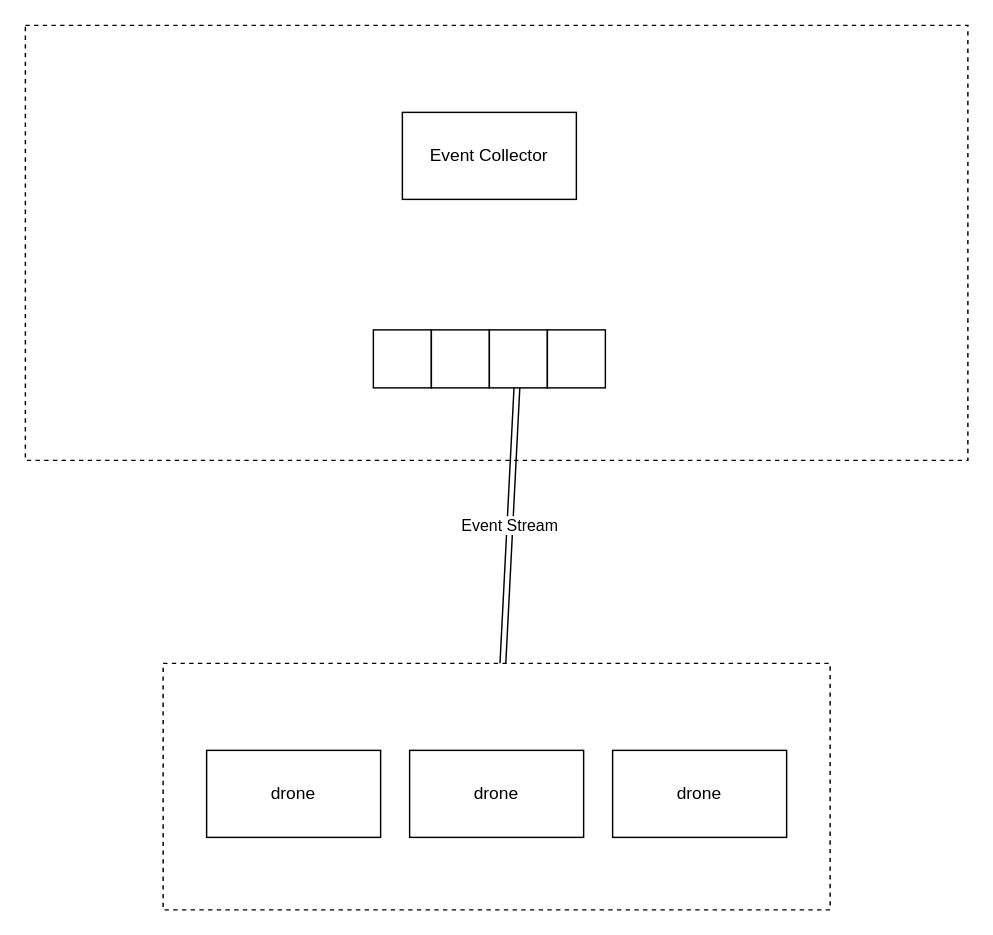
This is page "architecture" (1 of 2) of docs/architecture.drawio from olah0la/drone-delivery, a draw.io file, before an edit. Source tidied: cells renumbered, new cells numbered last; positions are measured from the earlier drawing's top-left corner, leaving out a move shared by most shapes. Both pictures are drawn from the tidied source at 145%, with x=0, y=0 at pixel (25, 25).
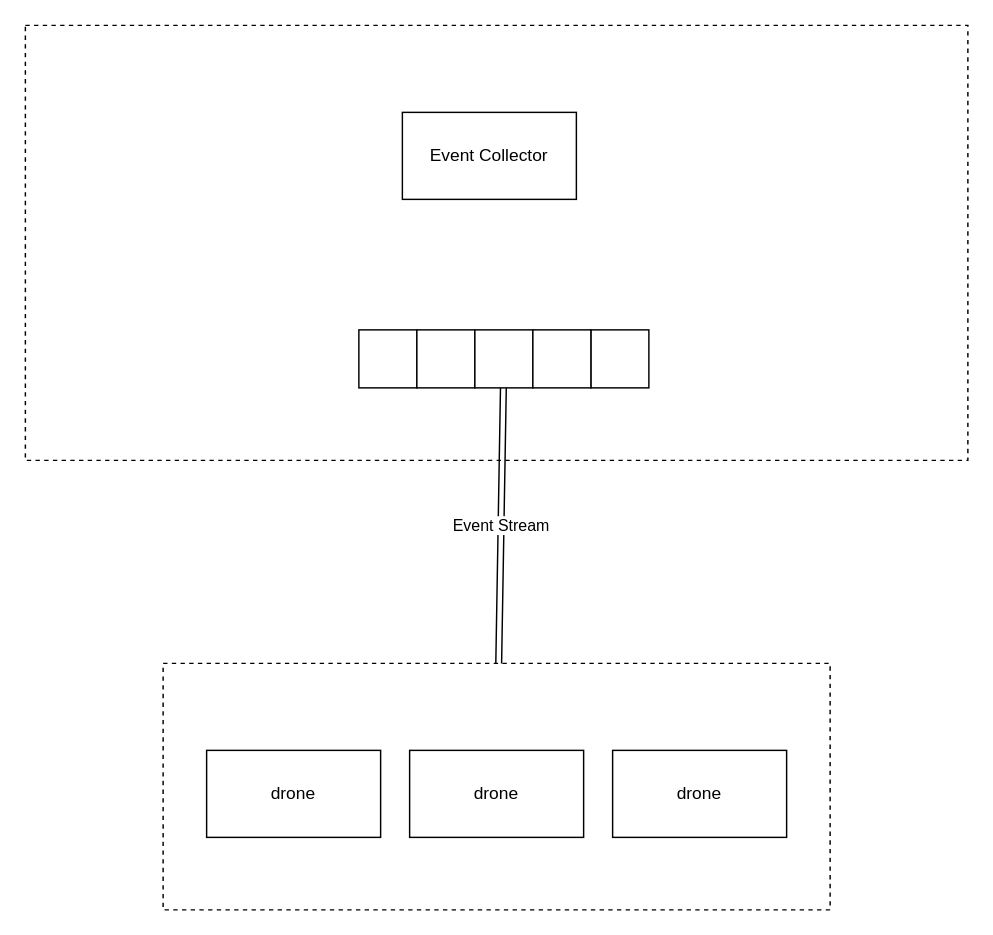
Above is the later version.

Diff of the diagram source:
```diff
@@
 <mxGraphModel>
   <root>
     <mxCell id="0" />
     <mxCell id="1" parent="0" />
     <mxCell id="2" style="rounded=0;whiteSpace=wrap;html=1;dashed=1;" parent="1" vertex="1">
       <mxGeometry width="650" height="300" as="geometry" />
     </mxCell>
     <mxCell id="3" value="Event Collector" style="rounded=0;whiteSpace=wrap;html=1;" parent="1" vertex="1">
       <mxGeometry x="260" y="60" width="120" height="60" as="geometry" />
     </mxCell>
     <mxCell id="4" style="group;" parent="1" vertex="1">
       <mxGeometry x="95" y="440" width="460" height="170" as="geometry" />
     </mxCell>
     <mxCell id="5" style="rounded=0;whiteSpace=wrap;html=1;dashed=1;" parent="4" vertex="1">
       <mxGeometry width="460" height="170" as="geometry" />
     </mxCell>
     <mxCell id="6" value="drone" style="rounded=0;whiteSpace=wrap;html=1;" parent="4" vertex="1">
       <mxGeometry x="310" y="60" width="120" height="60" as="geometry" />
     </mxCell>
     <mxCell id="7" value="drone" style="rounded=0;whiteSpace=wrap;html=1;" parent="4" vertex="1">
       <mxGeometry x="170" y="60" width="120" height="60" as="geometry" />
     </mxCell>
     <mxCell id="8" value="drone" style="rounded=0;whiteSpace=wrap;html=1;" parent="4" vertex="1">
       <mxGeometry x="30" y="60" width="120" height="60" as="geometry" />
     </mxCell>
-    <mxCell id="9" style="group;" parent="1" vertex="1">
-      <mxGeometry x="240" y="210" width="160" height="40" as="geometry" />
-    </mxCell>
+    <mxCell id="14" value="Event Stream" style="edgeStyle=none;html=1;shape=link;" parent="1" edge="1" source="5" target="12">
+      <mxGeometry relative="1" as="geometry" />
+    </mxCell>
+    <mxCell id="15" style="group;" parent="1" vertex="1">
+      <mxGeometry x="230" y="210" width="200" height="40" as="geometry" />
+    </mxCell>
+    <mxCell id="16" style="whiteSpace=wrap;html=1;" parent="15" vertex="1">
+      <mxGeometry x="160" width="40" height="40" as="geometry" />
+    </mxCell>
-    <mxCell id="10" style="whiteSpace=wrap;html=1;" parent="9" vertex="1">
+    <mxCell id="10" style="whiteSpace=wrap;html=1;" parent="15" vertex="1">
       <mxGeometry width="40" height="40" as="geometry" />
     </mxCell>
-    <mxCell id="11" style="whiteSpace=wrap;html=1;" parent="9" vertex="1">
+    <mxCell id="11" style="whiteSpace=wrap;html=1;" parent="15" vertex="1">
       <mxGeometry x="40" width="40" height="40" as="geometry" />
     </mxCell>
-    <mxCell id="12" style="whiteSpace=wrap;html=1;" parent="9" vertex="1">
+    <mxCell id="12" style="whiteSpace=wrap;html=1;" parent="15" vertex="1">
       <mxGeometry x="80" width="40" height="40" as="geometry" />
     </mxCell>
-    <mxCell id="13" style="whiteSpace=wrap;html=1;" parent="9" vertex="1">
+    <mxCell id="13" style="whiteSpace=wrap;html=1;" parent="15" vertex="1">
       <mxGeometry x="120" width="40" height="40" as="geometry" />
     </mxCell>
-    <mxCell id="14" value="Event Stream" style="edgeStyle=none;html=1;shape=link;" parent="1" edge="1" source="5" target="12">
-      <mxGeometry relative="1" as="geometry" />
-    </mxCell>
   </root>
 </mxGraphModel>
```
